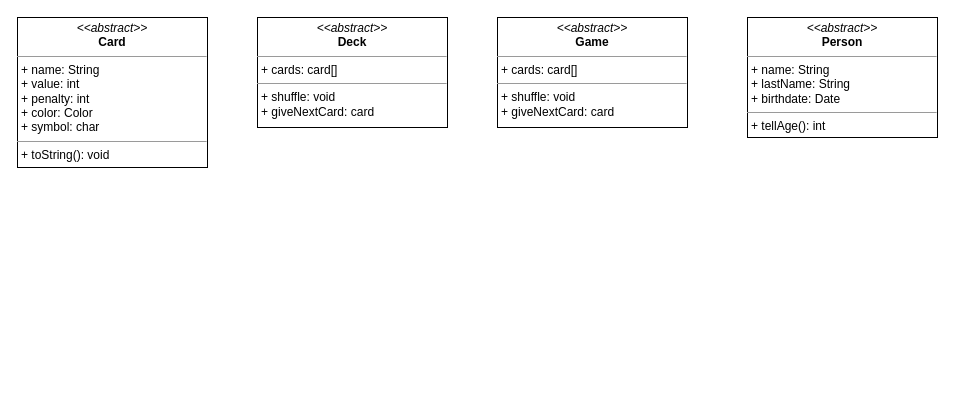
Above: model.drawio in iham/cardgameapp (draw.io), before the change. Source tidied: cells renumbered, new cells numbered last; positions are measured from the earlier drawing's top-left corner, leaving out a move shared by most shapes. Both pictures are drawn from the tidied source at 100%, with x=0, y=0 at pixel (17, 17).
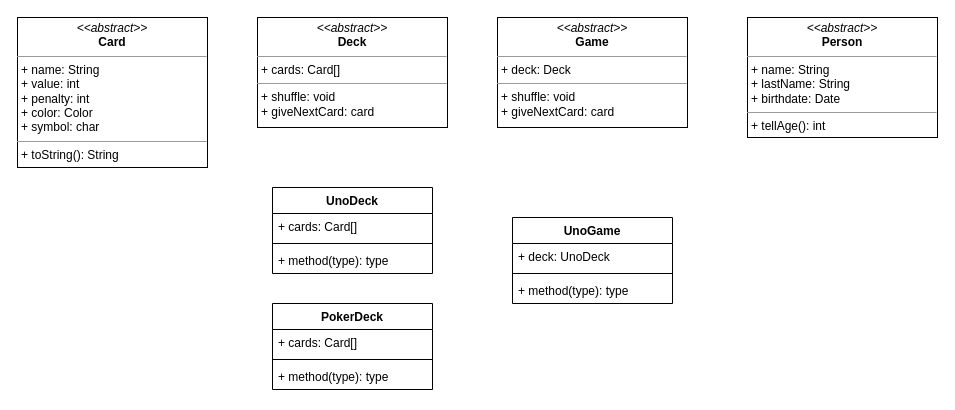
Above is the later version.

Commit message:
adding Deck and Game implementations.

Change to the diagram source:
```diff
@@
 <mxGraphModel>
   <root>
     <mxCell id="0" />
     <mxCell id="1" parent="0" />
-    <mxCell id="2" value="&lt;p style=&quot;margin: 0px ; margin-top: 4px ; text-align: center&quot;&gt;&lt;i&gt;&amp;lt;&amp;lt;abstract&amp;gt;&amp;gt;&lt;/i&gt;&lt;br&gt;&lt;b&gt;Card&lt;/b&gt;&lt;/p&gt;&lt;hr size=&quot;1&quot;&gt;&lt;p style=&quot;margin: 0px ; margin-left: 4px&quot;&gt;+ name: String&lt;br&gt;+ value: int&lt;/p&gt;&lt;p style=&quot;margin: 0px ; margin-left: 4px&quot;&gt;+ penalty: int&lt;/p&gt;&lt;p style=&quot;margin: 0px ; margin-left: 4px&quot;&gt;+ color: Color&lt;/p&gt;&lt;p style=&quot;margin: 0px ; margin-left: 4px&quot;&gt;+ symbol: char&lt;/p&gt;&lt;hr size=&quot;1&quot;&gt;&lt;p style=&quot;margin: 0px ; margin-left: 4px&quot;&gt;+ toString(): void&lt;br&gt;&lt;/p&gt;" style="verticalAlign=top;align=left;overflow=fill;fontSize=12;fontFamily=Helvetica;html=1;" parent="1" vertex="1">
+    <mxCell id="2" value="&lt;p style=&quot;margin: 0px ; margin-top: 4px ; text-align: center&quot;&gt;&lt;i&gt;&amp;lt;&amp;lt;abstract&amp;gt;&amp;gt;&lt;/i&gt;&lt;br&gt;&lt;b&gt;Card&lt;/b&gt;&lt;/p&gt;&lt;hr size=&quot;1&quot;&gt;&lt;p style=&quot;margin: 0px ; margin-left: 4px&quot;&gt;+ name: String&lt;br&gt;+ value: int&lt;/p&gt;&lt;p style=&quot;margin: 0px ; margin-left: 4px&quot;&gt;+ penalty: int&lt;/p&gt;&lt;p style=&quot;margin: 0px ; margin-left: 4px&quot;&gt;+ color: Color&lt;/p&gt;&lt;p style=&quot;margin: 0px ; margin-left: 4px&quot;&gt;+ symbol: char&lt;/p&gt;&lt;hr size=&quot;1&quot;&gt;&lt;p style=&quot;margin: 0px ; margin-left: 4px&quot;&gt;+ toString(): String&lt;br&gt;&lt;/p&gt;" style="verticalAlign=top;align=left;overflow=fill;fontSize=12;fontFamily=Helvetica;html=1;" parent="1" vertex="1">
       <mxGeometry width="190" height="150" as="geometry" />
     </mxCell>
-    <mxCell id="3" value="&lt;p style=&quot;margin: 0px ; margin-top: 4px ; text-align: center&quot;&gt;&lt;i&gt;&amp;lt;&amp;lt;abstract&amp;gt;&amp;gt;&lt;/i&gt;&lt;br&gt;&lt;b&gt;Deck&lt;/b&gt;&lt;/p&gt;&lt;hr size=&quot;1&quot;&gt;&lt;p style=&quot;margin: 0px ; margin-left: 4px&quot;&gt;+ cards: card[]&lt;br&gt;&lt;/p&gt;&lt;hr size=&quot;1&quot;&gt;&lt;p style=&quot;margin: 0px ; margin-left: 4px&quot;&gt;+ shuffle: void&lt;br style=&quot;padding: 0px ; margin: 0px&quot;&gt;+ giveNextCard: card&lt;br&gt;&lt;/p&gt;" style="verticalAlign=top;align=left;overflow=fill;fontSize=12;fontFamily=Helvetica;html=1;" parent="1" vertex="1">
+    <mxCell id="3" value="&lt;p style=&quot;margin: 0px ; margin-top: 4px ; text-align: center&quot;&gt;&lt;i&gt;&amp;lt;&amp;lt;abstract&amp;gt;&amp;gt;&lt;/i&gt;&lt;br&gt;&lt;b&gt;Deck&lt;/b&gt;&lt;/p&gt;&lt;hr size=&quot;1&quot;&gt;&lt;p style=&quot;margin: 0px ; margin-left: 4px&quot;&gt;+ cards: Card[]&lt;br&gt;&lt;/p&gt;&lt;hr size=&quot;1&quot;&gt;&lt;p style=&quot;margin: 0px ; margin-left: 4px&quot;&gt;+ shuffle: void&lt;br style=&quot;padding: 0px ; margin: 0px&quot;&gt;+ giveNextCard: card&lt;br&gt;&lt;/p&gt;" style="verticalAlign=top;align=left;overflow=fill;fontSize=12;fontFamily=Helvetica;html=1;" parent="1" vertex="1">
       <mxGeometry x="240" width="190" height="110" as="geometry" />
     </mxCell>
-    <mxCell id="4" value="&lt;p style=&quot;margin: 0px ; margin-top: 4px ; text-align: center&quot;&gt;&lt;i&gt;&amp;lt;&amp;lt;abstract&amp;gt;&amp;gt;&lt;/i&gt;&lt;br&gt;&lt;b&gt;Game&lt;/b&gt;&lt;/p&gt;&lt;hr size=&quot;1&quot;&gt;&lt;p style=&quot;margin: 0px ; margin-left: 4px&quot;&gt;+ cards: card[]&lt;br&gt;&lt;/p&gt;&lt;hr size=&quot;1&quot;&gt;&lt;p style=&quot;margin: 0px ; margin-left: 4px&quot;&gt;+ shuffle: void&lt;br style=&quot;padding: 0px ; margin: 0px&quot;&gt;+ giveNextCard: card&lt;br&gt;&lt;/p&gt;" style="verticalAlign=top;align=left;overflow=fill;fontSize=12;fontFamily=Helvetica;html=1;" parent="1" vertex="1">
+    <mxCell id="4" value="&lt;p style=&quot;margin: 0px ; margin-top: 4px ; text-align: center&quot;&gt;&lt;i&gt;&amp;lt;&amp;lt;abstract&amp;gt;&amp;gt;&lt;/i&gt;&lt;br&gt;&lt;b&gt;Game&lt;/b&gt;&lt;/p&gt;&lt;hr size=&quot;1&quot;&gt;&lt;p style=&quot;margin: 0px ; margin-left: 4px&quot;&gt;+ deck: Deck&lt;br&gt;&lt;/p&gt;&lt;hr size=&quot;1&quot;&gt;&lt;p style=&quot;margin: 0px ; margin-left: 4px&quot;&gt;+ shuffle: void&lt;br style=&quot;padding: 0px ; margin: 0px&quot;&gt;+ giveNextCard: card&lt;br&gt;&lt;/p&gt;" style="verticalAlign=top;align=left;overflow=fill;fontSize=12;fontFamily=Helvetica;html=1;" parent="1" vertex="1">
       <mxGeometry x="480" width="190" height="110" as="geometry" />
     </mxCell>
     <mxCell id="5" value="&lt;p style=&quot;margin: 0px ; margin-top: 4px ; text-align: center&quot;&gt;&lt;i&gt;&amp;lt;&amp;lt;abstract&amp;gt;&amp;gt;&lt;/i&gt;&lt;br&gt;&lt;b&gt;Person&lt;/b&gt;&lt;/p&gt;&lt;hr size=&quot;1&quot;&gt;&lt;p style=&quot;margin: 0px ; margin-left: 4px&quot;&gt;+ name: String&lt;br&gt;&lt;/p&gt;&lt;p style=&quot;margin: 0px ; margin-left: 4px&quot;&gt;+ lastName: String&lt;/p&gt;&lt;p style=&quot;margin: 0px ; margin-left: 4px&quot;&gt;+ birthdate: Date&lt;/p&gt;&lt;hr size=&quot;1&quot;&gt;&lt;p style=&quot;margin: 0px ; margin-left: 4px&quot;&gt;+ tellAge(): int&lt;br&gt;&lt;/p&gt;" style="verticalAlign=top;align=left;overflow=fill;fontSize=12;fontFamily=Helvetica;html=1;" parent="1" vertex="1">
       <mxGeometry x="730" width="190" height="120" as="geometry" />
     </mxCell>
+    <mxCell id="6" value="UnoGame" style="swimlane;fontStyle=1;align=center;verticalAlign=top;horizontal=1;startSize=26;" parent="1" vertex="1">
+      <mxGeometry x="495" y="200" width="160" height="86" as="geometry" />
+    </mxCell>
+    <mxCell id="7" value="+ deck: UnoDeck" style="text;strokeColor=none;fillColor=none;align=left;verticalAlign=top;spacingLeft=4;spacingRight=4;overflow=hidden;" parent="6" vertex="1">
+      <mxGeometry y="26" width="160" height="26" as="geometry" />
+    </mxCell>
+    <mxCell id="8" style="line;strokeWidth=1;fillColor=none;align=left;verticalAlign=middle;spacingTop=-1;spacingLeft=3;spacingRight=3;labelPosition=right;" parent="6" vertex="1">
+      <mxGeometry y="52" width="160" height="8" as="geometry" />
+    </mxCell>
+    <mxCell id="9" value="+ method(type): type" style="text;strokeColor=none;fillColor=none;align=left;verticalAlign=top;spacingLeft=4;spacingRight=4;overflow=hidden;" parent="6" vertex="1">
+      <mxGeometry y="60" width="160" height="26" as="geometry" />
+    </mxCell>
+    <mxCell id="10" value="UnoDeck" style="swimlane;fontStyle=1;align=center;verticalAlign=top;horizontal=1;startSize=26;" parent="1" vertex="1">
+      <mxGeometry x="255" y="170" width="160" height="86" as="geometry" />
+    </mxCell>
+    <mxCell id="11" value="+ cards: Card[]" style="text;strokeColor=none;fillColor=none;align=left;verticalAlign=top;spacingLeft=4;spacingRight=4;overflow=hidden;" parent="10" vertex="1">
+      <mxGeometry y="26" width="160" height="26" as="geometry" />
+    </mxCell>
+    <mxCell id="12" style="line;strokeWidth=1;fillColor=none;align=left;verticalAlign=middle;spacingTop=-1;spacingLeft=3;spacingRight=3;labelPosition=right;" parent="10" vertex="1">
+      <mxGeometry y="52" width="160" height="8" as="geometry" />
+    </mxCell>
+    <mxCell id="13" value="+ method(type): type" style="text;strokeColor=none;fillColor=none;align=left;verticalAlign=top;spacingLeft=4;spacingRight=4;overflow=hidden;" parent="10" vertex="1">
+      <mxGeometry y="60" width="160" height="26" as="geometry" />
+    </mxCell>
+    <mxCell id="14" value="PokerDeck" style="swimlane;fontStyle=1;align=center;verticalAlign=top;horizontal=1;startSize=26;" parent="1" vertex="1">
+      <mxGeometry x="255" y="286" width="160" height="86" as="geometry" />
+    </mxCell>
+    <mxCell id="15" value="+ cards: Card[]" style="text;strokeColor=none;fillColor=none;align=left;verticalAlign=top;spacingLeft=4;spacingRight=4;overflow=hidden;" parent="14" vertex="1">
+      <mxGeometry y="26" width="160" height="26" as="geometry" />
+    </mxCell>
+    <mxCell id="16" style="line;strokeWidth=1;fillColor=none;align=left;verticalAlign=middle;spacingTop=-1;spacingLeft=3;spacingRight=3;labelPosition=right;" parent="14" vertex="1">
+      <mxGeometry y="52" width="160" height="8" as="geometry" />
+    </mxCell>
+    <mxCell id="17" value="+ method(type): type" style="text;strokeColor=none;fillColor=none;align=left;verticalAlign=top;spacingLeft=4;spacingRight=4;overflow=hidden;" parent="14" vertex="1">
+      <mxGeometry y="60" width="160" height="26" as="geometry" />
+    </mxCell>
   </root>
 </mxGraphModel>
```
